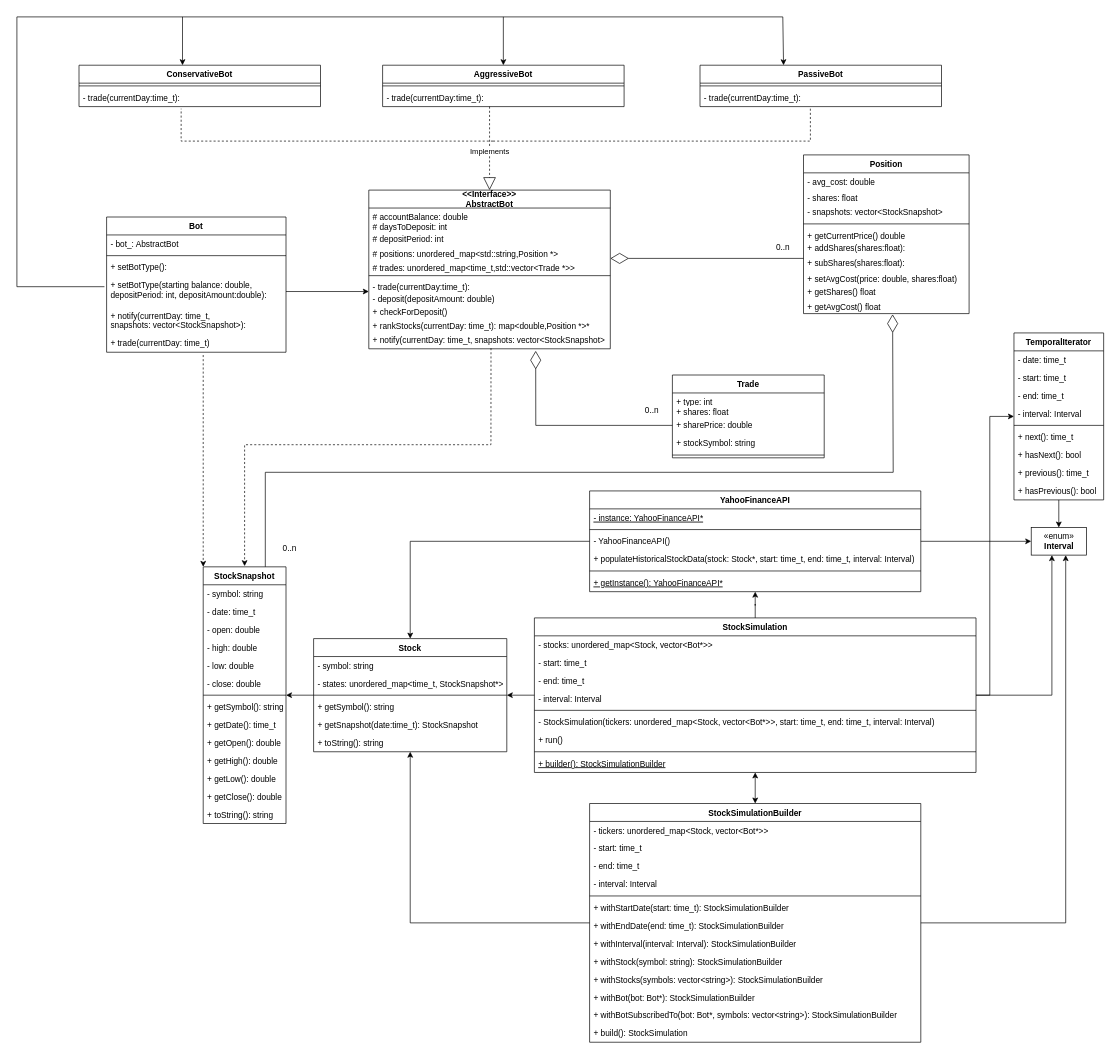
Above: StockSimulation.drawio in Jared-Mac/bot_trader (draw.io), before the change. Source tidied: cells renumbered, new cells numbered last; positions are measured from the earlier drawing's top-left corner, leaving out a move shared by most shapes. Both pictures are drawn from the tidied source at 69%, with x=0, y=0 at pixel (17, 17).
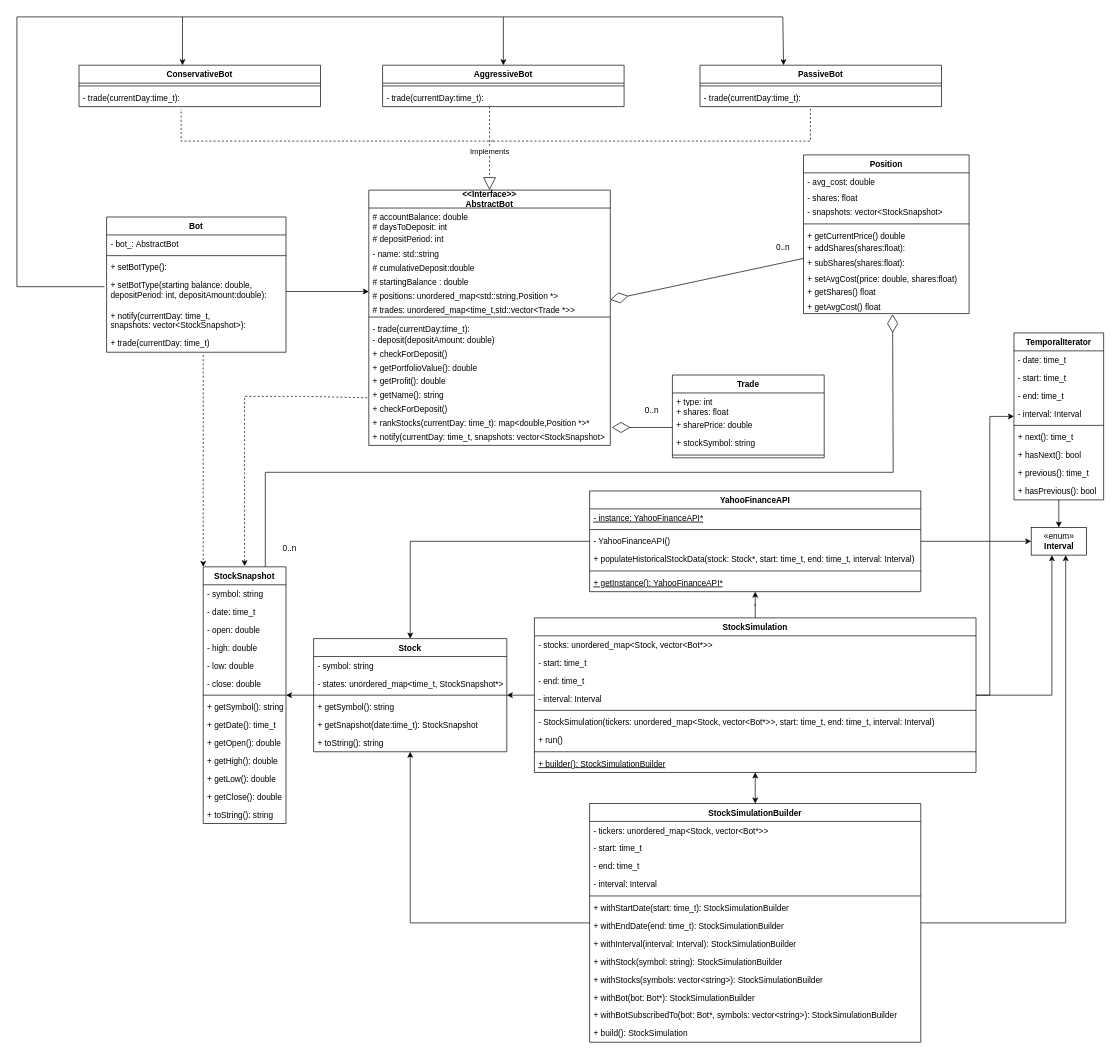
After the change.

The change refers to these unchanged cells:
```xml
<mxCell id="126" value="+ sharePrice: double" style="text;strokeColor=none;fillColor=none;align=left;verticalAlign=top;spacingLeft=4;spacingRight=4;overflow=hidden;points=[[0,0.5],[1,0.5]];portConstraint=eastwest;" parent="123" vertex="1">
  <mxGeometry y="60" width="220" height="26" as="geometry" />
</mxCell>
```

Change to the diagram source:
```diff
@@
     <mxCell id="84" value="&lt;&lt;Interface&gt;&gt;&#10;AbstractBot" style="swimlane;fontStyle=1;align=center;verticalAlign=middle;horizontal=1;startSize=26;swimlaneLine=1;strokeColor=default;glass=0;shadow=0;rounded=0;" parent="1" vertex="1">
-      <mxGeometry x="510" y="251" width="350" height="230" as="geometry" />
+      <mxGeometry x="510" y="251" width="350" height="370" as="geometry" />
     </mxCell>
@@
+    <mxCell id="137" value="- name: std::string" style="text;strokeColor=none;fillColor=none;align=left;verticalAlign=top;spacingLeft=4;spacingRight=4;overflow=hidden;" parent="84" vertex="1">
+      <mxGeometry y="80" width="350" height="20" as="geometry" />
+    </mxCell>
+    <mxCell id="138" value="# cumulativeDeposit:double" style="text;strokeColor=none;fillColor=none;align=left;verticalAlign=top;spacingLeft=4;spacingRight=4;overflow=hidden;" parent="84" vertex="1">
+      <mxGeometry y="100" width="350" height="20" as="geometry" />
+    </mxCell>
+    <mxCell id="139" value="# startingBalance : double" style="text;strokeColor=none;fillColor=none;align=left;verticalAlign=top;spacingLeft=4;spacingRight=4;overflow=hidden;" parent="84" vertex="1">
+      <mxGeometry y="120" width="350" height="20" as="geometry" />
+    </mxCell>
     <mxCell id="88" value="# positions: unordered_map&lt;std::string,Position *&gt;&#10;" style="text;strokeColor=none;fillColor=none;align=left;verticalAlign=top;spacingLeft=4;spacingRight=4;overflow=hidden;" parent="84" vertex="1">
-      <mxGeometry y="80" width="350" height="20" as="geometry" />
+      <mxGeometry y="140" width="350" height="20" as="geometry" />
     </mxCell>
     <mxCell id="89" value="# trades: unordered_map&lt;time_t,std::vector&lt;Trade *&gt;&gt;&#10;" style="text;strokeColor=none;fillColor=none;align=left;verticalAlign=top;spacingLeft=4;spacingRight=4;overflow=hidden;points=[[0,0.5],[1,0.5]];portConstraint=eastwest;" parent="84" vertex="1">
-      <mxGeometry y="100" width="350" height="20" as="geometry" />
+      <mxGeometry y="160" width="350" height="20" as="geometry" />
     </mxCell>
     <mxCell id="90" style="line;strokeWidth=1;fillColor=none;align=left;verticalAlign=middle;spacingTop=-1;spacingLeft=3;spacingRight=3;labelPosition=right;" parent="84" vertex="1">
-      <mxGeometry y="120" width="350" height="8" as="geometry" />
+      <mxGeometry y="180" width="350" height="8" as="geometry" />
     </mxCell>
     <mxCell id="91" value="- trade(currentDay:time_t):" style="text;strokeColor=none;fillColor=none;align=left;verticalAlign=top;spacingLeft=4;spacingRight=4;overflow=hidden;" parent="84" vertex="1">
-      <mxGeometry y="128" width="350" height="16" as="geometry" />
+      <mxGeometry y="188" width="350" height="16" as="geometry" />
     </mxCell>
     <mxCell id="92" value="- deposit(depositAmount: double)" style="text;strokeColor=none;fillColor=none;align=left;verticalAlign=top;spacingLeft=4;spacingRight=4;overflow=hidden;" parent="84" vertex="1">
-      <mxGeometry y="144" width="350" height="20" as="geometry" />
+      <mxGeometry y="204" width="350" height="20" as="geometry" />
     </mxCell>
     <mxCell id="93" value="+ checkForDeposit()" style="text;strokeColor=none;fillColor=none;align=left;verticalAlign=top;spacingLeft=4;spacingRight=4;overflow=hidden;" parent="84" vertex="1">
-      <mxGeometry y="164" width="350" height="20" as="geometry" />
+      <mxGeometry y="224" width="350" height="20" as="geometry" />
     </mxCell>
+    <mxCell id="140" value="+ getPortfolioValue(): double" style="text;strokeColor=none;fillColor=none;align=left;verticalAlign=top;spacingLeft=4;spacingRight=4;overflow=hidden;" parent="84" vertex="1">
+      <mxGeometry y="244" width="350" height="20" as="geometry" />
+    </mxCell>
+    <mxCell id="141" value="+ getProfit(): double" style="text;strokeColor=none;fillColor=none;align=left;verticalAlign=top;spacingLeft=4;spacingRight=4;overflow=hidden;" parent="84" vertex="1">
+      <mxGeometry y="264" width="350" height="20" as="geometry" />
+    </mxCell>
+    <mxCell id="142" value="+ getName(): string" style="text;strokeColor=none;fillColor=none;align=left;verticalAlign=top;spacingLeft=4;spacingRight=4;overflow=hidden;points=[[0,0.5],[1,0.5]];portConstraint=eastwest;" parent="84" vertex="1">
+      <mxGeometry y="284" width="350" height="20" as="geometry" />
+    </mxCell>
+    <mxCell id="143" value="+ checkForDeposit()" style="text;strokeColor=none;fillColor=none;align=left;verticalAlign=top;spacingLeft=4;spacingRight=4;overflow=hidden;" parent="84" vertex="1">
+      <mxGeometry y="304" width="350" height="20" as="geometry" />
+    </mxCell>
     <mxCell id="94" value="+ rankStocks(currentDay: time_t): map&lt;double,Position *&gt;*" style="text;strokeColor=none;fillColor=none;align=left;verticalAlign=top;spacingLeft=4;spacingRight=4;overflow=hidden;" parent="84" vertex="1">
-      <mxGeometry y="184" width="350" height="20" as="geometry" />
+      <mxGeometry y="324" width="350" height="20" as="geometry" />
     </mxCell>
     <mxCell id="95" value="+ notify(currentDay: time_t, snapshots: vector&lt;StockSnapshot&gt; " style="text;strokeColor=none;fillColor=none;align=left;verticalAlign=top;spacingLeft=4;spacingRight=4;overflow=hidden;points=[[0,0.5],[1,0.5]];portConstraint=eastwest;" parent="84" vertex="1">
-      <mxGeometry y="204" width="350" height="26" as="geometry" />
+      <mxGeometry y="344" width="350" height="26" as="geometry" />
     </mxCell>
@@
-    <mxCell id="109" style="endArrow=classic;html=1;rounded=0;exitX=0.506;exitY=0.962;exitDx=0;exitDy=0;exitPerimeter=0;dashed=1;" parent="1" edge="1" source="95">
+    <mxCell id="109" style="endArrow=classic;html=1;rounded=0;exitX=-0.006;exitY=0.85;exitDx=0;exitDy=0;exitPerimeter=0;dashed=1;" parent="1" edge="1" source="142">
       <mxGeometry relative="1" as="geometry">
         <mxPoint x="330" y="796" as="targetPoint" />
         <Array as="points">
-          <mxPoint x="687" y="620" />
+          <mxPoint x="420" y="550" />
+          <mxPoint x="330" y="550" />
           <mxPoint x="330" y="620" />
         </Array>
       </mxGeometry>
     </mxCell>
@@
-    <mxCell id="129" style="endArrow=diamondThin;endFill=0;endSize=24;html=1;rounded=0;entryX=0.691;entryY=1.115;entryDx=0;entryDy=0;entryPerimeter=0;exitX=0;exitY=0.5;exitDx=0;exitDy=0;" parent="1" edge="1" source="126" target="95">
+    <mxCell id="129" style="endArrow=diamondThin;endFill=0;endSize=24;html=1;rounded=0;entryX=1.006;entryY=0;entryDx=0;entryDy=0;entryPerimeter=0;" parent="1" edge="1" target="95">
       <mxGeometry relative="1" as="geometry">
-        <Array as="points">
-          <mxPoint x="752" y="592" />
-        </Array>
+        <mxPoint x="950" y="595" as="sourcePoint" />
       </mxGeometry>
     </mxCell>
```
